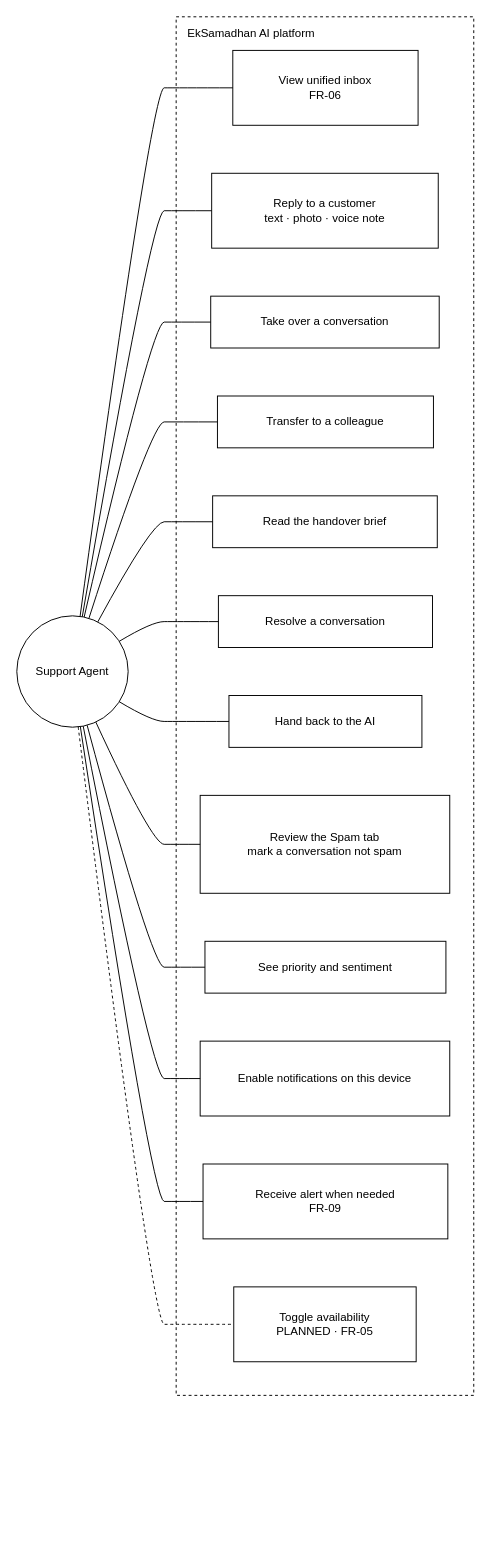
Before: docs/system-design/draw.io/use-case/use-case-support-agent.drawio in SayubShakya/eksamadhan-ai, a draw.io diagram. Source tidied: cells renumbered, new cells numbered last; positions are measured from the earlier drawing's top-left corner, leaving out a move shared by most shapes. Both pictures are drawn from the tidied source at 96%, with x=0, y=0 at pixel (16, 16).
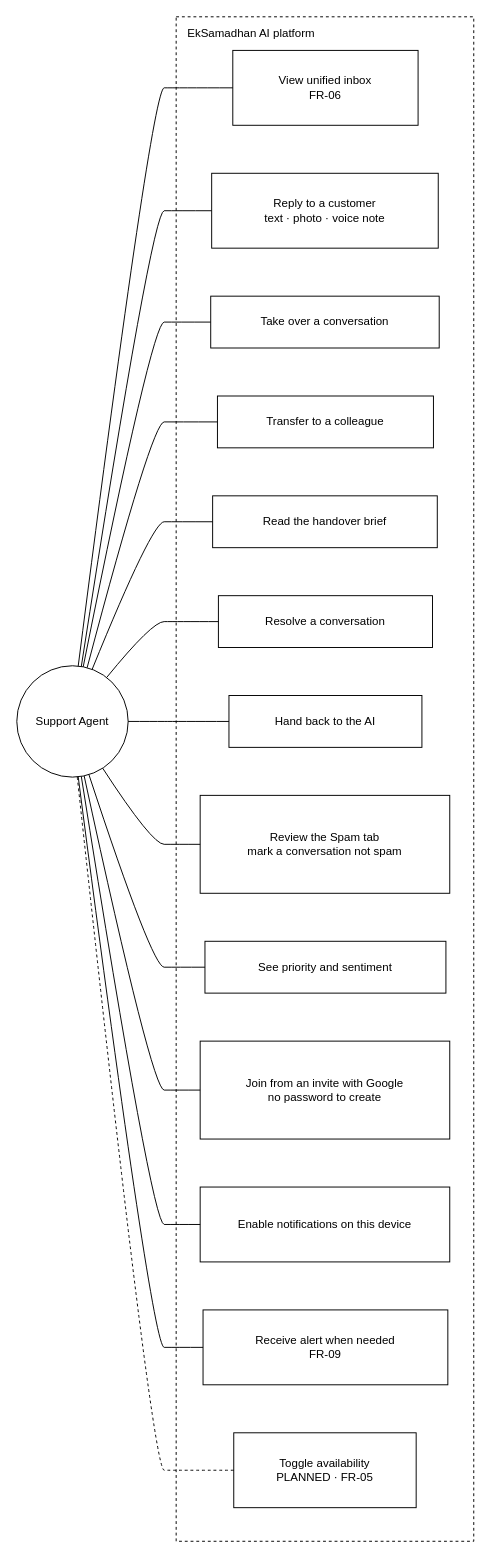
The same page after the edit.

Unchanged cells that the change refers to:
```xml
<mxCell id="4" value="View unified inbox&lt;br/&gt;FR-06" style="rounded=0;whiteSpace=wrap;html=1;" parent="2" vertex="1">
  <mxGeometry x="59" y="35" width="193" height="78" as="geometry" />
</mxCell>
<mxCell id="5" value="Reply to a customer&lt;br/&gt;text · photo · voice note" style="rounded=0;whiteSpace=wrap;html=1;" parent="2" vertex="1">
  <mxGeometry x="37" y="163" width="236" height="78" as="geometry" />
</mxCell>
<mxCell id="6" value="Take over a conversation" style="rounded=0;whiteSpace=wrap;html=1;" parent="2" vertex="1">
  <mxGeometry x="36" y="291" width="238" height="54" as="geometry" />
</mxCell>
<mxCell id="7" value="Transfer to a colleague" style="rounded=0;whiteSpace=wrap;html=1;" parent="2" vertex="1">
  <mxGeometry x="43" y="395" width="225" height="54" as="geometry" />
</mxCell>
<mxCell id="8" value="Read the handover brief" style="rounded=0;whiteSpace=wrap;html=1;" parent="2" vertex="1">
  <mxGeometry x="38" y="499" width="234" height="54" as="geometry" />
</mxCell>
<mxCell id="9" value="Resolve a conversation" style="rounded=0;whiteSpace=wrap;html=1;" parent="2" vertex="1">
  <mxGeometry x="44" y="603" width="223" height="54" as="geometry" />
</mxCell>
<mxCell id="10" value="Hand back to the AI" style="rounded=0;whiteSpace=wrap;html=1;" parent="2" vertex="1">
  <mxGeometry x="55" y="707" width="201" height="54" as="geometry" />
</mxCell>
<mxCell id="11" value="Review the Spam tab&lt;br/&gt;mark a conversation not spam" style="rounded=0;whiteSpace=wrap;html=1;" parent="2" vertex="1">
  <mxGeometry x="25" y="811" width="260" height="102" as="geometry" />
</mxCell>
<mxCell id="12" value="See priority and sentiment" style="rounded=0;whiteSpace=wrap;html=1;" parent="2" vertex="1">
  <mxGeometry x="30" y="963" width="251" height="54" as="geometry" />
</mxCell>
```

What changed in the source:
```diff
@@
     <mxCell id="2" value="EkSamadhan AI platform" style="rounded=0;whiteSpace=wrap;html=1;dashed=1;fillColor=none;verticalAlign=top;align=left;spacingLeft=10;spacingTop=4;" parent="1" vertex="1">
-      <mxGeometry x="166" width="310" height="1436" as="geometry" />
+      <mxGeometry x="166" width="310" height="1588" as="geometry" />
     </mxCell>
     <mxCell id="3" value="Support Agent" style="ellipse;whiteSpace=wrap;html=1;" parent="1" vertex="1">
-      <mxGeometry y="624" width="116" height="116" as="geometry" />
+      <mxGeometry y="676" width="116" height="116" as="geometry" />
     </mxCell>
@@
+    <mxCell id="28" value="Join from an invite with Google&lt;br/&gt;no password to create" style="rounded=0;whiteSpace=wrap;html=1;" parent="2" vertex="1">
+      <mxGeometry x="25" y="1067" width="260" height="102" as="geometry" />
+    </mxCell>
     <mxCell id="13" value="Enable notifications on this device" style="rounded=0;whiteSpace=wrap;html=1;" parent="2" vertex="1">
-      <mxGeometry x="25" y="1067" width="260" height="78" as="geometry" />
+      <mxGeometry x="25" y="1219" width="260" height="78" as="geometry" />
     </mxCell>
     <mxCell id="14" value="Receive alert when needed&lt;br/&gt;FR-09" style="rounded=0;whiteSpace=wrap;html=1;" parent="2" vertex="1">
-      <mxGeometry x="28" y="1195" width="255" height="78" as="geometry" />
+      <mxGeometry x="28" y="1347" width="255" height="78" as="geometry" />
     </mxCell>
     <mxCell id="15" value="Toggle availability&lt;br/&gt;PLANNED · FR-05" style="rounded=0;whiteSpace=wrap;html=1;" parent="2" vertex="1">
-      <mxGeometry x="60" y="1323" width="190" height="78" as="geometry" />
+      <mxGeometry x="60" y="1475" width="190" height="78" as="geometry" />
     </mxCell>
-    <mxCell id="16" style="edgeStyle=none;curved=1;html=1;endArrow=none;exitX=0.57;exitY=0.00;exitDx=0;exitDy=0;entryX=0.00;entryY=0.50;entryDx=0;entryDy=0;" parent="1" edge="1" source="3" target="4">
+    <mxCell id="16" style="edgeStyle=none;curved=1;html=1;endArrow=none;exitX=0.56;exitY=0.00;exitDx=0;exitDy=0;entryX=0.00;entryY=0.50;entryDx=0;entryDy=0;" parent="1" edge="1" source="3" target="4">
       <mxGeometry relative="1" as="geometry">
         <Array as="points">
           <mxPoint x="141" y="74" />
           <mxPoint x="166" y="74" />
         </Array>
       </mxGeometry>
     </mxCell>
-    <mxCell id="17" style="edgeStyle=none;curved=1;html=1;endArrow=none;exitX=0.59;exitY=0.01;exitDx=0;exitDy=0;entryX=0.00;entryY=0.50;entryDx=0;entryDy=0;" parent="1" edge="1" source="3" target="5">
+    <mxCell id="17" style="edgeStyle=none;curved=1;html=1;endArrow=none;exitX=0.58;exitY=0.01;exitDx=0;exitDy=0;entryX=0.00;entryY=0.50;entryDx=0;entryDy=0;" parent="1" edge="1" source="3" target="5">
       <mxGeometry relative="1" as="geometry">
         <Array as="points">
           <mxPoint x="141" y="202" />
           <mxPoint x="166" y="202" />
         </Array>
       </mxGeometry>
     </mxCell>
-    <mxCell id="18" style="edgeStyle=none;curved=1;html=1;endArrow=none;exitX=0.61;exitY=0.01;exitDx=0;exitDy=0;entryX=0.00;entryY=0.50;entryDx=0;entryDy=0;" parent="1" edge="1" source="3" target="6">
+    <mxCell id="18" style="edgeStyle=none;curved=1;html=1;endArrow=none;exitX=0.60;exitY=0.01;exitDx=0;exitDy=0;entryX=0.00;entryY=0.50;entryDx=0;entryDy=0;" parent="1" edge="1" source="3" target="6">
       <mxGeometry relative="1" as="geometry">
         <Array as="points">
           <mxPoint x="141" y="318" />
           <mxPoint x="166" y="318" />
         </Array>
       </mxGeometry>
     </mxCell>
-    <mxCell id="19" style="edgeStyle=none;curved=1;html=1;endArrow=none;exitX=0.65;exitY=0.02;exitDx=0;exitDy=0;entryX=0.00;entryY=0.50;entryDx=0;entryDy=0;" parent="1" edge="1" source="3" target="7">
+    <mxCell id="19" style="edgeStyle=none;curved=1;html=1;endArrow=none;exitX=0.63;exitY=0.02;exitDx=0;exitDy=0;entryX=0.00;entryY=0.50;entryDx=0;entryDy=0;" parent="1" edge="1" source="3" target="7">
       <mxGeometry relative="1" as="geometry">
         <Array as="points">
           <mxPoint x="141" y="422" />
           <mxPoint x="166" y="422" />
         </Array>
       </mxGeometry>
     </mxCell>
-    <mxCell id="20" style="edgeStyle=none;curved=1;html=1;endArrow=none;exitX=0.73;exitY=0.06;exitDx=0;exitDy=0;entryX=0.00;entryY=0.50;entryDx=0;entryDy=0;" parent="1" edge="1" source="3" target="8">
+    <mxCell id="20" style="edgeStyle=none;curved=1;html=1;endArrow=none;exitX=0.68;exitY=0.04;exitDx=0;exitDy=0;entryX=0.00;entryY=0.50;entryDx=0;entryDy=0;" parent="1" edge="1" source="3" target="8">
       <mxGeometry relative="1" as="geometry">
         <Array as="points">
           <mxPoint x="141" y="526" />
           <mxPoint x="166" y="526" />
         </Array>
       </mxGeometry>
     </mxCell>
-    <mxCell id="21" style="edgeStyle=none;curved=1;html=1;endArrow=none;exitX=0.92;exitY=0.23;exitDx=0;exitDy=0;entryX=0.00;entryY=0.50;entryDx=0;entryDy=0;" parent="1" edge="1" source="3" target="9">
+    <mxCell id="21" style="edgeStyle=none;curved=1;html=1;endArrow=none;exitX=0.81;exitY=0.11;exitDx=0;exitDy=0;entryX=0.00;entryY=0.50;entryDx=0;entryDy=0;" parent="1" edge="1" source="3" target="9">
       <mxGeometry relative="1" as="geometry">
         <Array as="points">
           <mxPoint x="141" y="630" />
           <mxPoint x="166" y="630" />
         </Array>
       </mxGeometry>
     </mxCell>
-    <mxCell id="22" style="edgeStyle=none;curved=1;html=1;endArrow=none;exitX=0.92;exitY=0.77;exitDx=0;exitDy=0;entryX=0.00;entryY=0.50;entryDx=0;entryDy=0;" parent="1" edge="1" source="3" target="10">
+    <mxCell id="22" style="edgeStyle=none;curved=1;html=1;endArrow=none;exitX=1.00;exitY=0.50;exitDx=0;exitDy=0;entryX=0.00;entryY=0.50;entryDx=0;entryDy=0;" parent="1" edge="1" source="3" target="10">
       <mxGeometry relative="1" as="geometry">
         <Array as="points">
           <mxPoint x="141" y="734" />
           <mxPoint x="166" y="734" />
         </Array>
       </mxGeometry>
     </mxCell>
-    <mxCell id="23" style="edgeStyle=none;curved=1;html=1;endArrow=none;exitX=0.71;exitY=0.95;exitDx=0;exitDy=0;entryX=0.00;entryY=0.50;entryDx=0;entryDy=0;" parent="1" edge="1" source="3" target="11">
+    <mxCell id="23" style="edgeStyle=none;curved=1;html=1;endArrow=none;exitX=0.77;exitY=0.92;exitDx=0;exitDy=0;entryX=0.00;entryY=0.50;entryDx=0;entryDy=0;" parent="1" edge="1" source="3" target="11">
       <mxGeometry relative="1" as="geometry">
         <Array as="points">
           <mxPoint x="141" y="862" />
           <mxPoint x="166" y="862" />
         </Array>
       </mxGeometry>
     </mxCell>
-    <mxCell id="24" style="edgeStyle=none;curved=1;html=1;endArrow=none;exitX=0.63;exitY=0.98;exitDx=0;exitDy=0;entryX=0.00;entryY=0.50;entryDx=0;entryDy=0;" parent="1" edge="1" source="3" target="12">
+    <mxCell id="24" style="edgeStyle=none;curved=1;html=1;endArrow=none;exitX=0.65;exitY=0.98;exitDx=0;exitDy=0;entryX=0.00;entryY=0.50;entryDx=0;entryDy=0;" parent="1" edge="1" source="3" target="12">
       <mxGeometry relative="1" as="geometry">
         <Array as="points">
           <mxPoint x="141" y="990" />
           <mxPoint x="166" y="990" />
         </Array>
       </mxGeometry>
     </mxCell>
-    <mxCell id="25" style="edgeStyle=none;curved=1;html=1;endArrow=none;exitX=0.60;exitY=0.99;exitDx=0;exitDy=0;entryX=0.00;entryY=0.50;entryDx=0;entryDy=0;" parent="1" edge="1" source="3" target="13">
+    <mxCell id="25" style="edgeStyle=none;curved=1;html=1;endArrow=none;exitX=0.61;exitY=0.99;exitDx=0;exitDy=0;entryX=0.00;entryY=0.50;entryDx=0;entryDy=0;" parent="1" edge="1" source="3" target="28">
       <mxGeometry relative="1" as="geometry">
         <Array as="points">
-          <mxPoint x="141" y="1106" />
-          <mxPoint x="166" y="1106" />
+          <mxPoint x="141" y="1118" />
+          <mxPoint x="166" y="1118" />
         </Array>
       </mxGeometry>
     </mxCell>
-    <mxCell id="26" style="edgeStyle=none;curved=1;html=1;endArrow=none;exitX=0.57;exitY=0.99;exitDx=0;exitDy=0;entryX=0.00;entryY=0.50;entryDx=0;entryDy=0;" parent="1" edge="1" source="3" target="14">
+    <mxCell id="26" style="edgeStyle=none;curved=1;html=1;endArrow=none;exitX=0.58;exitY=0.99;exitDx=0;exitDy=0;entryX=0.00;entryY=0.50;entryDx=0;entryDy=0;" parent="1" edge="1" source="3" target="13">
       <mxGeometry relative="1" as="geometry">
         <Array as="points">
-          <mxPoint x="141" y="1234" />
-          <mxPoint x="166" y="1234" />
+          <mxPoint x="141" y="1258" />
+          <mxPoint x="166" y="1258" />
         </Array>
       </mxGeometry>
     </mxCell>
-    <mxCell id="27" style="edgeStyle=none;curved=1;html=1;dashed=1;endArrow=none;exitX=0.56;exitY=1.00;exitDx=0;exitDy=0;entryX=0.00;entryY=0.50;entryDx=0;entryDy=0;" parent="1" edge="1" source="3" target="15">
+    <mxCell id="27" style="edgeStyle=none;curved=1;html=1;endArrow=none;exitX=0.56;exitY=1.00;exitDx=0;exitDy=0;entryX=0.00;entryY=0.50;entryDx=0;entryDy=0;" parent="1" edge="1" source="3" target="14">
       <mxGeometry relative="1" as="geometry">
         <Array as="points">
-          <mxPoint x="141" y="1362" />
-          <mxPoint x="166" y="1362" />
+          <mxPoint x="141" y="1386" />
+          <mxPoint x="166" y="1386" />
         </Array>
       </mxGeometry>
     </mxCell>
+    <mxCell id="29" style="edgeStyle=none;curved=1;html=1;dashed=1;endArrow=none;exitX=0.55;exitY=1.00;exitDx=0;exitDy=0;entryX=0.00;entryY=0.50;entryDx=0;entryDy=0;" parent="1" edge="1" source="3" target="15">
+      <mxGeometry relative="1" as="geometry">
+        <Array as="points">
+          <mxPoint x="141" y="1514" />
+          <mxPoint x="166" y="1514" />
+        </Array>
+      </mxGeometry>
+    </mxCell>
```
